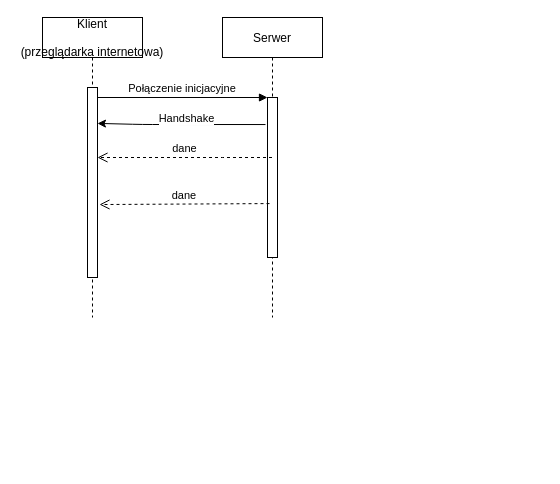
Before: dokumentacja/sequence.drawio in Mitchu727/SKPS---gesture-recoqnition, a draw.io diagram. Source tidied: cells renumbered, new cells numbered last; positions are measured from the earlier drawing's top-left corner, leaving out a move shared by most shapes. Both pictures are drawn from the tidied source at 100%, with x=0, y=0 at pixel (42, 17). Pictures stored in the file or linked from it are replaced by grey dashed boxes.
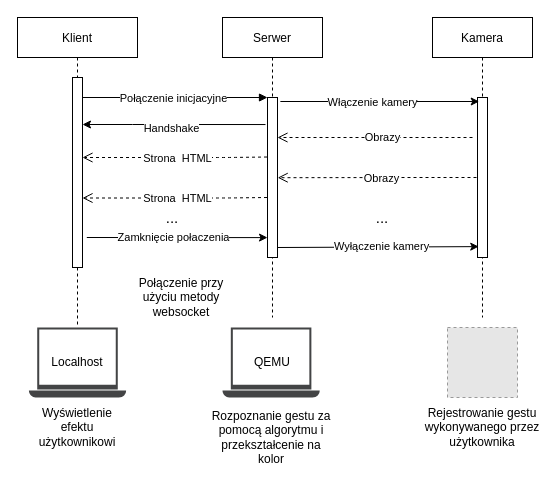
After the change.

The change refers to these unchanged cells:
```xml
<mxCell id="4" value="Serwer" style="shape=umlLifeline;perimeter=lifelinePerimeter;rounded=0;shadow=0;strokeWidth=1;" parent="1" vertex="1">
  <mxGeometry x="180" width="100" height="300" as="geometry" />
</mxCell>
<mxCell id="5" style="points=[];perimeter=orthogonalPerimeter;rounded=0;shadow=0;strokeWidth=1;" parent="4" vertex="1">
  <mxGeometry x="45" y="80" width="10" height="160" as="geometry" />
</mxCell>
```

The edit, as a diff of the source:
```diff
@@
-    <mxCell id="2" value="Klient &#10;&#10;(przeglądarka internetowa)" style="shape=umlLifeline;perimeter=lifelinePerimeter;rounded=0;shadow=0;strokeWidth=1;" parent="1" vertex="1">
-      <mxGeometry width="100" height="300" as="geometry" />
+    <mxCell id="2" value="Klient " style="shape=umlLifeline;perimeter=lifelinePerimeter;rounded=0;shadow=0;strokeWidth=1;" parent="1" vertex="1">
+      <mxGeometry x="-25" width="120" height="310" as="geometry" />
     </mxCell>
     <mxCell id="3" style="points=[];perimeter=orthogonalPerimeter;rounded=0;shadow=0;strokeWidth=1;" parent="2" vertex="1">
-      <mxGeometry x="45" y="70" width="10" height="190" as="geometry" />
+      <mxGeometry x="55" y="60" width="10" height="190" as="geometry" />
     </mxCell>
@@
-    <mxCell id="6" value="dane" style="verticalAlign=bottom;endArrow=open;dashed=1;endSize=8;shadow=0;strokeWidth=1;" parent="1" edge="1" source="4" target="3">
-      <mxGeometry relative="1" as="geometry">
-        <Array as="points">
-          <mxPoint x="170" y="140" />
-        </Array>
-      </mxGeometry>
-    </mxCell>
-    <mxCell id="7" value="Połączenie inicjacyjne" style="verticalAlign=bottom;endArrow=block;entryX=0;entryY=0;shadow=0;strokeWidth=1;" parent="1" edge="1" source="3" target="5">
+    <mxCell id="7" style="verticalAlign=bottom;endArrow=block;entryX=0;entryY=0;shadow=0;strokeWidth=1;" parent="1" edge="1" source="3" target="5">
       <mxGeometry relative="1" as="geometry" />
     </mxCell>
+    <mxCell id="11" value="Połączenie inicjacyjne" style="edgeLabel;html=1;align=center;verticalAlign=middle;" parent="7" vertex="1">
+      <mxGeometry x="0.13" y="4" relative="1" as="geometry">
+        <mxPoint x="-15" y="4" as="offset" />
+      </mxGeometry>
+    </mxCell>
-    <mxCell id="8" style="endArrow=classic;html=1;exitX=-0.2;exitY=0.169;exitDx=0;exitDy=0;exitPerimeter=0;entryX=1;entryY=0.189;entryDx=0;entryDy=0;entryPerimeter=0;" parent="1" edge="1" source="5" target="3">
+    <mxCell id="8" style="endArrow=classic;html=1;exitX=-0.2;exitY=0.169;exitDx=0;exitDy=0;exitPerimeter=0;" parent="1" edge="1" source="5">
       <mxGeometry relative="1" as="geometry">
+        <mxPoint x="40" y="107" as="targetPoint" />
         <Array as="points">
           <mxPoint x="100" y="107" />
         </Array>
       </mxGeometry>
     </mxCell>
     <mxCell id="9" value="Handshake" style="edgeLabel;html=1;align=center;verticalAlign=middle;" parent="8" vertex="1">
       <mxGeometry x="0.18" relative="1" as="geometry">
-        <mxPoint x="19" y="-7" as="offset" />
+        <mxPoint x="13" y="3" as="offset" />
       </mxGeometry>
     </mxCell>
-    <mxCell id="10" value="dane" style="verticalAlign=bottom;endArrow=open;dashed=1;endSize=8;shadow=0;strokeWidth=1;exitX=0.2;exitY=0.663;exitDx=0;exitDy=0;exitPerimeter=0;entryX=1.2;entryY=0.616;entryDx=0;entryDy=0;entryPerimeter=0;" parent="1" edge="1" source="5" target="3">
-      <mxGeometry relative="1" as="geometry" />
-    </mxCell>
+    <mxCell id="12" style="shadow=0;dashed=0;html=1;strokeColor=none;fillColor=#434445;labelPosition=center;verticalLabelPosition=bottom;verticalAlign=top;align=center;shape=mxgraph.vvd.laptop;" parent="1" vertex="1">
+      <mxGeometry x="-13.6" y="310" width="97.2" height="70" as="geometry" />
+    </mxCell>
+    <mxCell id="13" style="shadow=0;dashed=0;html=1;strokeColor=none;fillColor=#434445;labelPosition=center;verticalLabelPosition=bottom;verticalAlign=top;align=center;shape=mxgraph.vvd.laptop;" parent="1" vertex="1">
+      <mxGeometry x="180" y="310" width="97.2" height="70" as="geometry" />
+    </mxCell>
+    <mxCell id="14" value="Localhost" style="text;html=1;strokeColor=none;fillColor=none;align=center;verticalAlign=middle;whiteSpace=wrap;rounded=0;" parent="1" vertex="1">
+      <mxGeometry x="15" y="335" width="40" height="20" as="geometry" />
+    </mxCell>
+    <mxCell id="15" value="QEMU" style="text;html=1;strokeColor=none;fillColor=none;align=center;verticalAlign=middle;whiteSpace=wrap;rounded=0;" parent="1" vertex="1">
+      <mxGeometry x="210" y="335" width="40" height="20" as="geometry" />
+    </mxCell>
+    <mxCell id="16" value="Kamera" style="shape=umlLifeline;perimeter=lifelinePerimeter;rounded=0;shadow=0;strokeWidth=1;" parent="1" vertex="1">
+      <mxGeometry x="390" width="100" height="300" as="geometry" />
+    </mxCell>
+    <mxCell id="17" style="points=[];perimeter=orthogonalPerimeter;rounded=0;shadow=0;strokeWidth=1;" parent="16" vertex="1">
+      <mxGeometry x="45" y="80" width="10" height="160" as="geometry" />
+    </mxCell>
+    <mxCell id="18" style="fillColor=#E6E6E6;strokeColor=#999999;dashed=1;html=1;verticalAlign=top;verticalLabelPosition=bottom;labelBackgroundColor=#ffffff;" parent="1" vertex="1">
+      <mxGeometry x="405" y="310" width="70" height="70" as="geometry" />
+    </mxCell>
+    <mxCell id="19" style="endArrow=classic;html=1;exitX=1.288;exitY=0.025;exitDx=0;exitDy=0;exitPerimeter=0;entryX=0.171;entryY=0.025;entryDx=0;entryDy=0;entryPerimeter=0;" parent="1" edge="1" source="5" target="17">
+      <mxGeometry relative="1" as="geometry" />
+    </mxCell>
+    <mxCell id="20" value="Włączenie kamery" style="edgeLabel;html=1;align=center;verticalAlign=middle;" parent="19" vertex="1">
+      <mxGeometry x="0.2" relative="1" as="geometry">
+        <mxPoint x="-27" as="offset" />
+      </mxGeometry>
+    </mxCell>
+    <mxCell id="21" style="verticalAlign=bottom;endArrow=open;dashed=1;endSize=8;shadow=0;strokeWidth=1;" parent="1" edge="1" target="5">
+      <mxGeometry x="0.03" relative="1" as="geometry">
+        <mxPoint x="430" y="120" as="sourcePoint" />
+        <Array as="points">
+          <mxPoint x="380" y="120" />
+        </Array>
+      </mxGeometry>
+    </mxCell>
+    <mxCell id="22" value="Obrazy" style="edgeLabel;html=1;align=center;verticalAlign=middle;" parent="21" vertex="1">
+      <mxGeometry x="-0.07" y="-1" relative="1" as="geometry" />
+    </mxCell>
+    <mxCell id="23" style="verticalAlign=bottom;endArrow=open;dashed=1;endSize=8;shadow=0;strokeWidth=1;entryX=1.124;entryY=0.501;entryDx=0;entryDy=0;entryPerimeter=0;" parent="1" edge="1">
+      <mxGeometry relative="1" as="geometry">
+        <mxPoint x="434" y="160" as="sourcePoint" />
+        <mxPoint x="235.2" y="160.2" as="targetPoint" />
+        <Array as="points">
+          <mxPoint x="384" y="160" />
+        </Array>
+      </mxGeometry>
+    </mxCell>
+    <mxCell id="24" value="Obrazy" style="edgeLabel;html=1;align=center;verticalAlign=middle;" parent="23" vertex="1">
+      <mxGeometry x="-0.1" relative="1" as="geometry">
+        <mxPoint x="-7" as="offset" />
+      </mxGeometry>
+    </mxCell>
+    <mxCell id="25" style="verticalAlign=bottom;endArrow=open;dashed=1;endSize=8;shadow=0;strokeWidth=1;exitX=-0.048;exitY=0.372;exitDx=0;exitDy=0;exitPerimeter=0;" parent="1" edge="1" source="5">
+      <mxGeometry relative="1" as="geometry">
+        <mxPoint x="40" y="140" as="targetPoint" />
+        <Array as="points">
+          <mxPoint x="185" y="140" />
+        </Array>
+      </mxGeometry>
+    </mxCell>
+    <mxCell id="26" value="Strona&amp;nbsp; HTML" style="edgeLabel;html=1;align=center;verticalAlign=middle;" parent="25" vertex="1">
+      <mxGeometry x="-0.1" relative="1" as="geometry">
+        <mxPoint x="-7" as="offset" />
+      </mxGeometry>
+    </mxCell>
+    <mxCell id="27" style="verticalAlign=bottom;endArrow=open;dashed=1;endSize=8;shadow=0;strokeWidth=1;exitX=-0.048;exitY=0.372;exitDx=0;exitDy=0;exitPerimeter=0;" parent="1" edge="1">
+      <mxGeometry relative="1" as="geometry">
+        <mxPoint x="224.5" y="180" as="sourcePoint" />
+        <mxPoint x="40" y="180.5" as="targetPoint" />
+        <Array as="points">
+          <mxPoint x="185" y="180.5" />
+        </Array>
+      </mxGeometry>
+    </mxCell>
+    <mxCell id="28" value="Strona&amp;nbsp; HTML" style="edgeLabel;html=1;align=center;verticalAlign=middle;" parent="27" vertex="1">
+      <mxGeometry x="-0.1" relative="1" as="geometry">
+        <mxPoint x="-7" as="offset" />
+      </mxGeometry>
+    </mxCell>
+    <mxCell id="29" value="&lt;font style=&quot;font-size: 15px&quot;&gt;...&lt;/font&gt;" style="text;html=1;strokeColor=none;fillColor=none;align=center;verticalAlign=middle;whiteSpace=wrap;rounded=0;" parent="1" vertex="1">
+      <mxGeometry x="110" y="190" width="40" height="20" as="geometry" />
+    </mxCell>
+    <mxCell id="30" value="&lt;font style=&quot;font-size: 15px&quot;&gt;...&lt;/font&gt;" style="text;html=1;strokeColor=none;fillColor=none;align=center;verticalAlign=middle;whiteSpace=wrap;rounded=0;" parent="1" vertex="1">
+      <mxGeometry x="320" y="190" width="40" height="20" as="geometry" />
+    </mxCell>
+    <mxCell id="31" style="endArrow=classic;html=1;exitX=1.383;exitY=0.871;exitDx=0;exitDy=0;exitPerimeter=0;entryX=0.124;entryY=0.932;entryDx=0;entryDy=0;entryPerimeter=0;" parent="1" edge="1" target="17">
+      <mxGeometry relative="1" as="geometry">
+        <mxPoint x="235" y="230" as="sourcePoint" />
+      </mxGeometry>
+    </mxCell>
+    <mxCell id="32" value="&lt;div align=&quot;center&quot;&gt;Wyłączenie kamery&lt;/div&gt;" style="edgeLabel;html=1;align=center;verticalAlign=middle;" parent="31" vertex="1">
+      <mxGeometry x="-0.27" y="1" relative="1" as="geometry">
+        <mxPoint x="31" as="offset" />
+      </mxGeometry>
+    </mxCell>
+    <mxCell id="33" style="endArrow=classic;html=1;exitX=1.383;exitY=0.871;exitDx=0;exitDy=0;exitPerimeter=0;entryX=-0.048;entryY=0.941;entryDx=0;entryDy=0;entryPerimeter=0;" parent="1" edge="1">
+      <mxGeometry relative="1" as="geometry">
+        <mxPoint x="44.3" y="220" as="sourcePoint" />
+        <mxPoint x="225" y="220.1" as="targetPoint" />
+      </mxGeometry>
+    </mxCell>
+    <mxCell id="34" value="Zamknięcie połaczenia" style="edgeLabel;html=1;align=center;verticalAlign=middle;" parent="33" vertex="1">
+      <mxGeometry x="-0.27" y="1" relative="1" as="geometry">
+        <mxPoint x="20" as="offset" />
+      </mxGeometry>
+    </mxCell>
+    <mxCell id="35" value="Połączenie przy użyciu metody websocket" style="text;html=1;strokeColor=none;fillColor=none;align=center;verticalAlign=middle;whiteSpace=wrap;rounded=0;" parent="1" vertex="1">
+      <mxGeometry x="83.6" y="260" width="110" height="40" as="geometry" />
+    </mxCell>
+    <mxCell id="36" value="Rozpoznanie gestu za pomocą algorytmu i przekształcenie na kolor" style="text;html=1;strokeColor=none;fillColor=none;align=center;verticalAlign=middle;whiteSpace=wrap;rounded=0;" parent="1" vertex="1">
+      <mxGeometry x="163.6" y="400" width="130" height="40" as="geometry" />
+    </mxCell>
+    <mxCell id="37" value="Wyświetlenie efektu użytkownikowi" style="text;html=1;strokeColor=none;fillColor=none;align=center;verticalAlign=middle;whiteSpace=wrap;rounded=0;" parent="1" vertex="1">
+      <mxGeometry x="15" y="400" width="40" height="20" as="geometry" />
+    </mxCell>
+    <mxCell id="38" value="Rejestrowanie gestu wykonywanego przez użytkownika" style="text;html=1;strokeColor=none;fillColor=none;align=center;verticalAlign=middle;whiteSpace=wrap;rounded=0;" parent="1" vertex="1">
+      <mxGeometry x="380" y="395" width="120" height="30" as="geometry" />
+    </mxCell>
```
